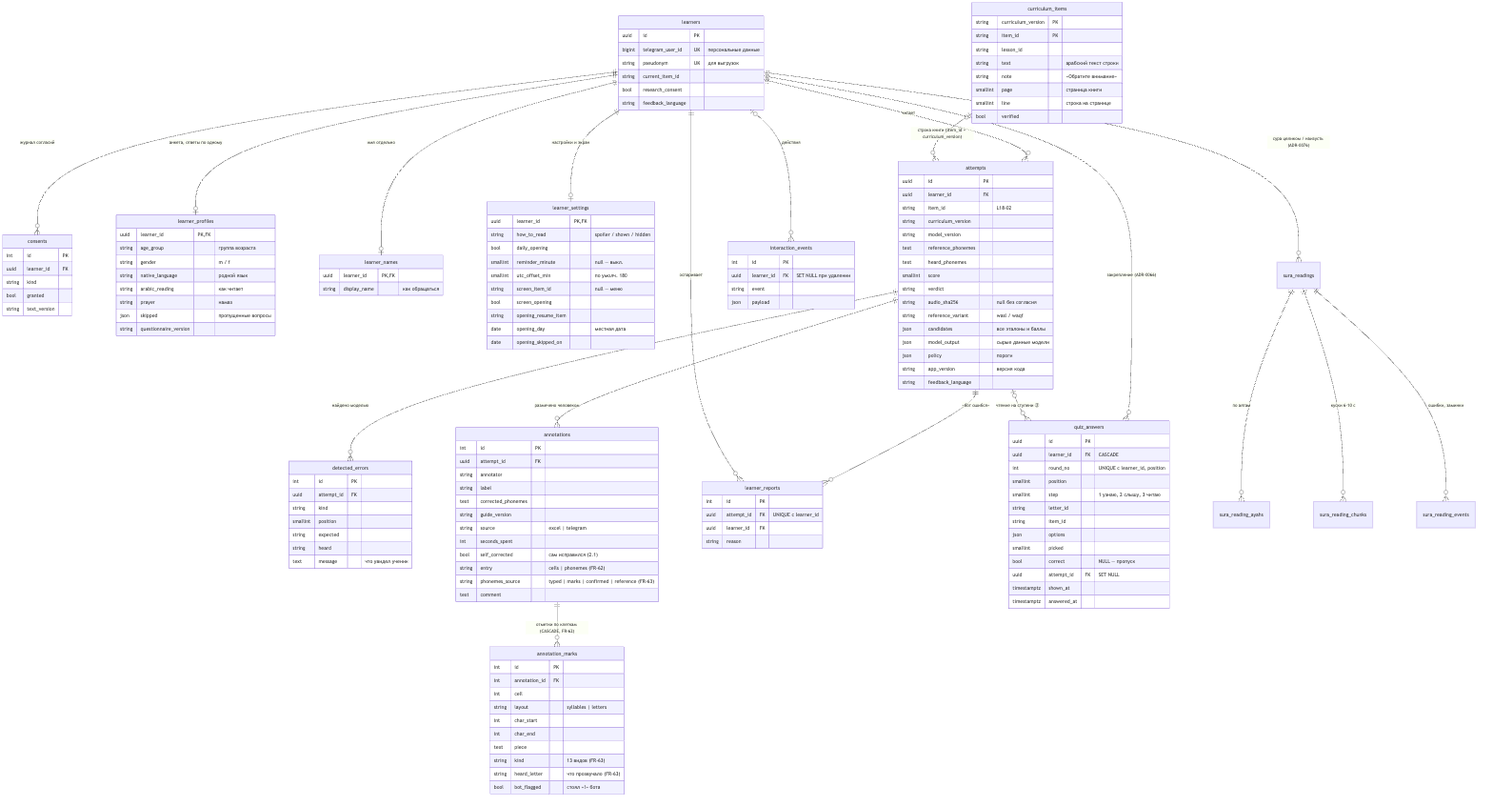
The Mermaid diagram docs/architecture/diagrams/04-er.png in abdra04-gif/muallim, before a commit. Its source is kept beside it as docs/architecture/diagrams/04-er.mmd.
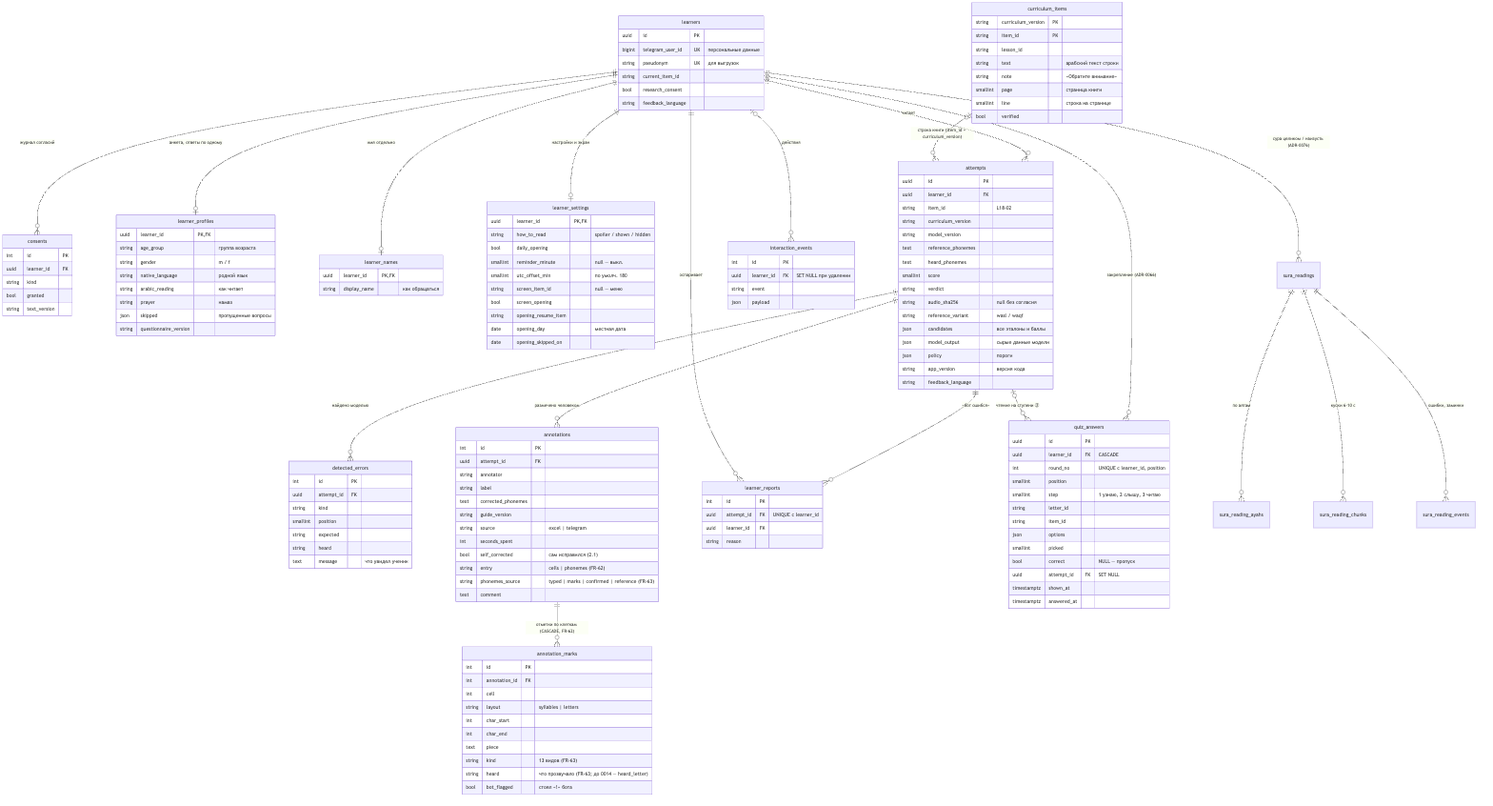
After the commit.

The edit, as a diff of the source:
```diff
@@ -125,7 +125,7 @@
         int char_end
         text piece
         string kind "13 видов (FR-63)"
-        string heard_letter "что прозвучало (FR-63)"
+        string heard "что прозвучало (FR-63; до 0014 — heard_letter)"
         bool bot_flagged "стоял «!» бота"
     }
     interaction_events {
```
